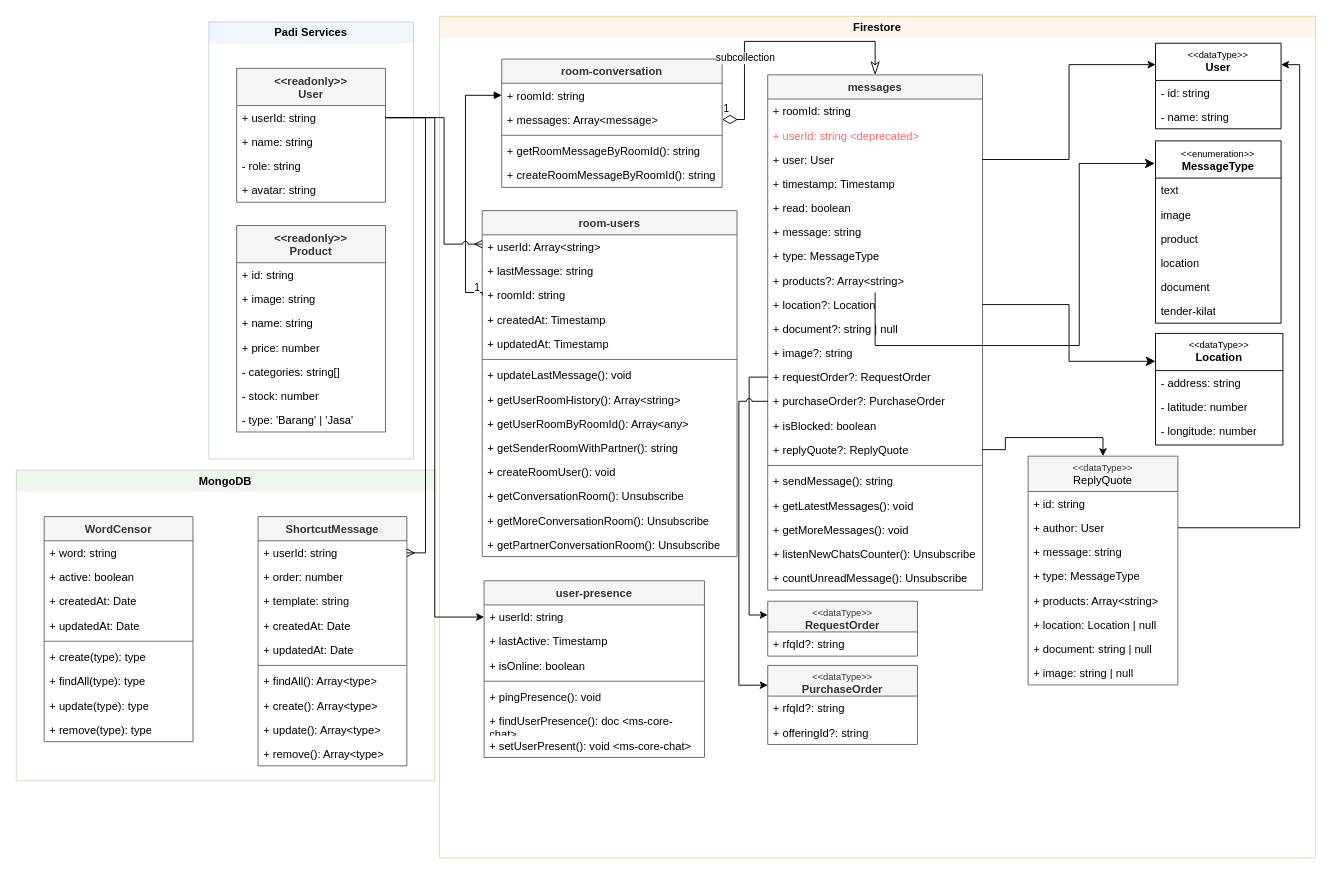
Before: page "Class Diagram" (3 of 8) of System Design Padi Chat.drawio in yogiprsetya/app.diagrams.net, a draw.io diagram. Source tidied: cells renumbered, new cells numbered last; positions are measured from the earlier drawing's top-left corner, leaving out a move shared by most shapes. Both pictures are drawn from the tidied source at 93%, with x=0, y=0 at pixel (16, 16).
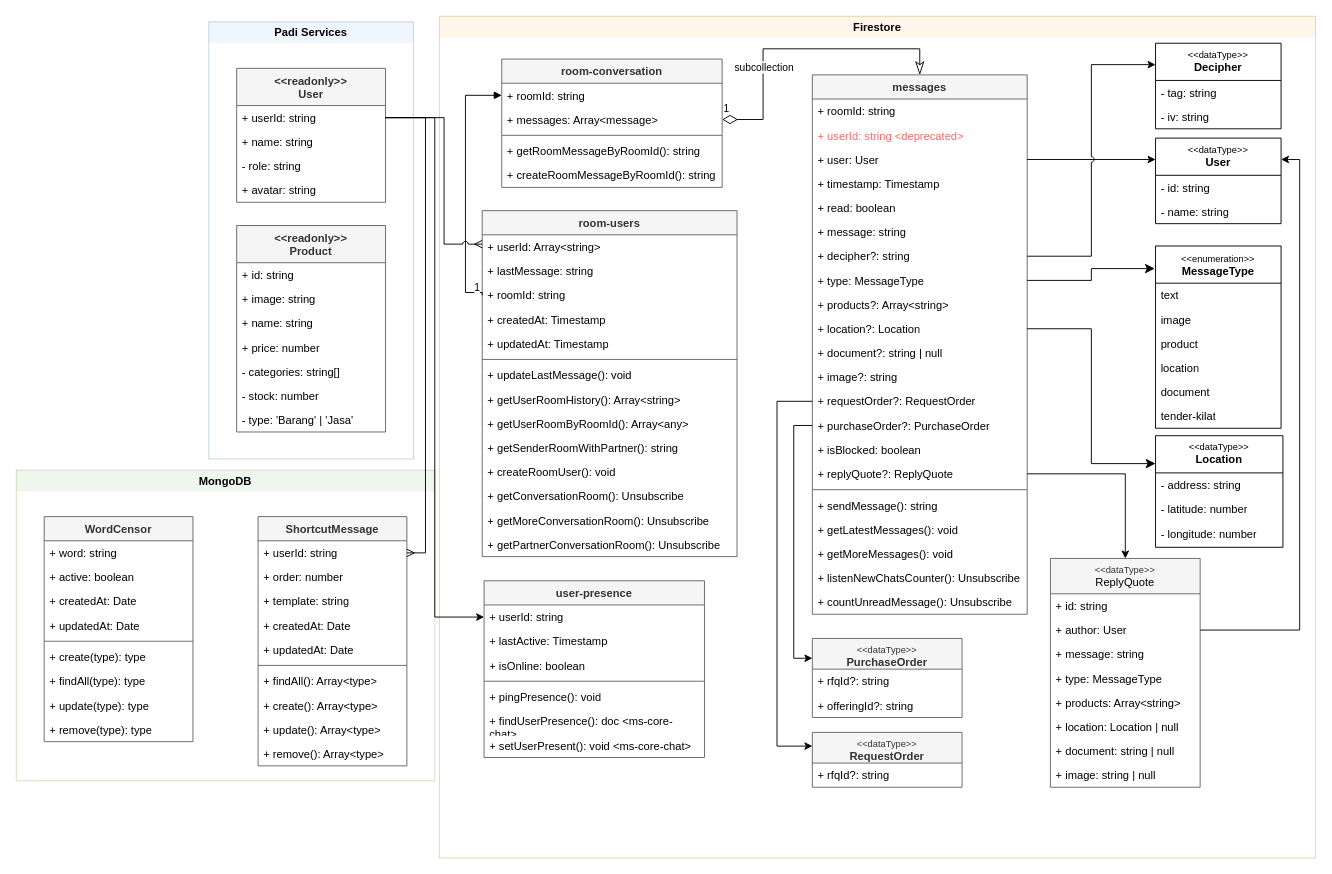
The same diagram, later.

Unchanged cells that the change refers to:
```xml
<mxCell id="2" value="Firestore" style="swimlane;whiteSpace=wrap;html=1;fillColor=#ffe6cc;strokeColor=#d79b00;swimlaneLine=0;opacity=40;" parent="1" vertex="1">
  <mxGeometry x="455" width="942" height="905" as="geometry" />
</mxCell>
<mxCell id="85" value="+ &lt;span class=&quot;database-key&quot;&gt;message&lt;/span&gt;s: Array&amp;lt;message&amp;gt;" style="text;strokeColor=none;fillColor=none;align=left;verticalAlign=top;spacingLeft=4;spacingRight=4;overflow=hidden;points=[[0,0.5],[1,0.5]];portConstraint=eastwest;whiteSpace=wrap;html=1;" parent="83" vertex="1">
  <mxGeometry y="52" width="237" height="26" as="geometry" />
</mxCell>
```

Change to the diagram source:
```diff
@@
     <mxCell id="3" value="&lt;div&gt;&lt;span style=&quot;font-weight: normal;&quot;&gt;&lt;font style=&quot;font-size: 10px;&quot;&gt;&amp;lt;&amp;lt;enumeration&amp;gt;&amp;gt;&lt;/font&gt;&lt;/span&gt;&lt;/div&gt;&lt;div&gt;&lt;span class=&quot;database-key&quot;&gt;MessageType&lt;/span&gt;&lt;/div&gt;" style="swimlane;fontStyle=1;align=center;verticalAlign=top;horizontal=1;startSize=40;whiteSpace=wrap;html=1;" parent="2" vertex="1">
-      <mxGeometry x="770" y="134" width="135" height="196" as="geometry" />
+      <mxGeometry x="770" y="247" width="135" height="196" as="geometry" />
     </mxCell>
@@
     <mxCell id="10" value="&lt;div style=&quot;font-size: 10px;&quot;&gt;&lt;span style=&quot;font-weight: normal;&quot;&gt;&amp;lt;&amp;lt;dataType&amp;gt;&amp;gt;&lt;/span&gt;&lt;/div&gt;&lt;div&gt;Location&lt;/div&gt;" style="swimlane;fontStyle=1;align=center;verticalAlign=top;horizontal=1;startSize=40;whiteSpace=wrap;html=1;" parent="2" vertex="1">
-      <mxGeometry x="770" y="341" width="137" height="120" as="geometry" />
+      <mxGeometry x="770" y="451" width="137" height="120" as="geometry" />
     </mxCell>
@@
     <mxCell id="29" value="messages" style="swimlane;fontStyle=1;align=center;verticalAlign=top;horizontal=1;startSize=26;whiteSpace=wrap;html=1;fillColor=#f5f5f5;fontColor=#333333;strokeColor=#666666;" parent="2" vertex="1">
-      <mxGeometry x="353" y="63" width="231" height="554" as="geometry" />
+      <mxGeometry x="401" y="63" width="231" height="580" as="geometry" />
     </mxCell>
@@
+    <mxCell id="132" value="+ decipher?: string" style="text;strokeColor=none;fillColor=none;align=left;verticalAlign=top;spacingLeft=4;spacingRight=4;overflow=hidden;points=[[0,0.5],[1,0.5]];portConstraint=eastwest;whiteSpace=wrap;html=1;" parent="29" vertex="1">
+      <mxGeometry y="182" width="231" height="26" as="geometry" />
+    </mxCell>
     <mxCell id="36" value="+ &lt;span class=&quot;database-key&quot;&gt;type&lt;/span&gt;: &lt;span class=&quot;database-key&quot;&gt;MessageType&lt;/span&gt;" style="text;strokeColor=none;fillColor=none;align=left;verticalAlign=top;spacingLeft=4;spacingRight=4;overflow=hidden;points=[[0,0.5],[1,0.5]];portConstraint=eastwest;whiteSpace=wrap;html=1;" parent="29" vertex="1">
-      <mxGeometry y="182" width="231" height="26" as="geometry" />
+      <mxGeometry y="208" width="231" height="26" as="geometry" />
     </mxCell>
     <mxCell id="37" value="+ &lt;span class=&quot;database-key&quot;&gt;products&lt;/span&gt;?: Array&amp;lt;string&amp;gt;" style="text;strokeColor=none;fillColor=none;align=left;verticalAlign=top;spacingLeft=4;spacingRight=4;overflow=hidden;points=[[0,0.5],[1,0.5]];portConstraint=eastwest;whiteSpace=wrap;html=1;" parent="29" vertex="1">
-      <mxGeometry y="208" width="231" height="26" as="geometry" />
+      <mxGeometry y="234" width="231" height="26" as="geometry" />
     </mxCell>
     <mxCell id="38" value="+ &lt;span class=&quot;database-key&quot;&gt;location&lt;/span&gt;?: Location" style="text;strokeColor=none;fillColor=none;align=left;verticalAlign=top;spacingLeft=4;spacingRight=4;overflow=hidden;points=[[0,0.5],[1,0.5]];portConstraint=eastwest;whiteSpace=wrap;html=1;" parent="29" vertex="1">
-      <mxGeometry y="234" width="231" height="26" as="geometry" />
+      <mxGeometry y="260" width="231" height="26" as="geometry" />
     </mxCell>
     <mxCell id="39" value="+ &lt;span class=&quot;database-key&quot;&gt;document&lt;/span&gt;?: string | null" style="text;strokeColor=none;fillColor=none;align=left;verticalAlign=top;spacingLeft=4;spacingRight=4;overflow=hidden;whiteSpace=wrap;html=1;" parent="29" vertex="1">
-      <mxGeometry y="260" width="231" height="26" as="geometry" />
+      <mxGeometry y="286" width="231" height="26" as="geometry" />
     </mxCell>
     <mxCell id="40" value="+ image?: string" style="text;strokeColor=none;fillColor=none;align=left;verticalAlign=top;spacingLeft=4;spacingRight=4;overflow=hidden;whiteSpace=wrap;html=1;" parent="29" vertex="1">
-      <mxGeometry y="286" width="231" height="26" as="geometry" />
+      <mxGeometry y="312" width="231" height="26" as="geometry" />
     </mxCell>
     <mxCell id="41" value="+ requestOrder?: RequestOrder" style="text;strokeColor=none;fillColor=none;align=left;verticalAlign=top;spacingLeft=4;spacingRight=4;overflow=hidden;points=[[0,0.5],[1,0.5]];portConstraint=eastwest;whiteSpace=wrap;html=1;" parent="29" vertex="1">
-      <mxGeometry y="312" width="231" height="26" as="geometry" />
+      <mxGeometry y="338" width="231" height="26" as="geometry" />
     </mxCell>
     <mxCell id="42" value="+ &lt;span&gt;purchase&lt;/span&gt;Order?: &lt;span&gt;Purchase&lt;/span&gt;Order" style="text;strokeColor=none;fillColor=none;align=left;verticalAlign=top;spacingLeft=4;spacingRight=4;overflow=hidden;points=[[0,0.5],[1,0.5]];portConstraint=eastwest;whiteSpace=wrap;html=1;" parent="29" vertex="1">
-      <mxGeometry y="338" width="231" height="26" as="geometry" />
+      <mxGeometry y="364" width="231" height="26" as="geometry" />
     </mxCell>
     <mxCell id="43" value="+ &lt;span class=&quot;database-key&quot;&gt;isBlocked&lt;/span&gt;: boolean" style="text;strokeColor=none;fillColor=none;align=left;verticalAlign=top;spacingLeft=4;spacingRight=4;overflow=hidden;whiteSpace=wrap;html=1;" parent="29" vertex="1">
-      <mxGeometry y="364" width="231" height="26" as="geometry" />
+      <mxGeometry y="390" width="231" height="26" as="geometry" />
     </mxCell>
     <mxCell id="44" value="+ &lt;span class=&quot;database-key&quot;&gt;replyQuote&lt;/span&gt;?: ReplyQuote" style="text;strokeColor=none;fillColor=none;align=left;verticalAlign=top;spacingLeft=4;spacingRight=4;overflow=hidden;points=[[0,0.5],[1,0.5]];portConstraint=eastwest;whiteSpace=wrap;html=1;" parent="29" vertex="1">
-      <mxGeometry y="390" width="231" height="26" as="geometry" />
+      <mxGeometry y="416" width="231" height="26" as="geometry" />
     </mxCell>
     <mxCell id="45" style="line;strokeWidth=1;fillColor=none;align=left;verticalAlign=middle;spacingTop=-1;spacingLeft=3;spacingRight=3;labelPosition=right;strokeColor=inherit;" parent="29" vertex="1">
-      <mxGeometry y="416" width="231" height="8" as="geometry" />
+      <mxGeometry y="442" width="231" height="8" as="geometry" />
     </mxCell>
     <mxCell id="46" value="+ sendMessage(): string" style="text;strokeColor=none;fillColor=none;align=left;verticalAlign=top;spacingLeft=4;spacingRight=4;overflow=hidden;whiteSpace=wrap;html=1;" parent="29" vertex="1">
-      <mxGeometry y="424" width="231" height="26" as="geometry" />
+      <mxGeometry y="450" width="231" height="26" as="geometry" />
     </mxCell>
     <mxCell id="47" value="+ getLatestMessages(): void" style="text;strokeColor=none;fillColor=none;align=left;verticalAlign=top;spacingLeft=4;spacingRight=4;overflow=hidden;whiteSpace=wrap;html=1;" parent="29" vertex="1">
-      <mxGeometry y="450" width="231" height="26" as="geometry" />
+      <mxGeometry y="476" width="231" height="26" as="geometry" />
     </mxCell>
     <mxCell id="48" value="+ getMoreMessages(): void" style="text;strokeColor=none;fillColor=none;align=left;verticalAlign=top;spacingLeft=4;spacingRight=4;overflow=hidden;whiteSpace=wrap;html=1;" parent="29" vertex="1">
-      <mxGeometry y="476" width="231" height="26" as="geometry" />
+      <mxGeometry y="502" width="231" height="26" as="geometry" />
     </mxCell>
     <mxCell id="49" value="+ listenNewChatsCounter(): Unsubscribe" style="text;strokeColor=none;fillColor=none;align=left;verticalAlign=top;spacingLeft=4;spacingRight=4;overflow=hidden;whiteSpace=wrap;html=1;" parent="29" vertex="1">
-      <mxGeometry y="502" width="231" height="26" as="geometry" />
+      <mxGeometry y="528" width="231" height="26" as="geometry" />
     </mxCell>
     <mxCell id="50" value="+ countUnreadMessage(): Unsubscribe" style="text;strokeColor=none;fillColor=none;align=left;verticalAlign=top;spacingLeft=4;spacingRight=4;overflow=hidden;whiteSpace=wrap;html=1;" parent="29" vertex="1">
-      <mxGeometry y="528" width="231" height="26" as="geometry" />
+      <mxGeometry y="554" width="231" height="26" as="geometry" />
     </mxCell>
-    <mxCell id="51" style="rounded=0;jettySize=auto;html=1;fontSize=12;startSize=8;endSize=8;entryX=-0.006;entryY=0.124;entryDx=0;entryDy=0;edgeStyle=orthogonalEdgeStyle;entryPerimeter=0;" parent="2" edge="1" source="37" target="3">
-      <mxGeometry relative="1" as="geometry">
-        <Array as="points">
-          <mxPoint x="688" y="354" />
-          <mxPoint x="688" y="158" />
-        </Array>
-      </mxGeometry>
+    <mxCell id="51" style="rounded=0;jettySize=auto;html=1;fontSize=12;startSize=8;endSize=8;entryX=-0.006;entryY=0.124;entryDx=0;entryDy=0;edgeStyle=orthogonalEdgeStyle;entryPerimeter=0;exitX=1;exitY=0.5;exitDx=0;exitDy=0;" parent="2" edge="1" source="36" target="3">
+      <mxGeometry relative="1" as="geometry" />
     </mxCell>
@@
     <mxCell id="53" value="&lt;div style=&quot;font-size: 10px;&quot;&gt;&lt;span style=&quot;font-weight: normal;&quot;&gt;&amp;lt;&amp;lt;dataType&amp;gt;&amp;gt;&lt;/span&gt;&lt;/div&gt;&lt;div&gt;User&lt;/div&gt;" style="swimlane;fontStyle=1;align=center;verticalAlign=top;horizontal=1;startSize=40;whiteSpace=wrap;html=1;" parent="2" vertex="1">
-      <mxGeometry x="770" y="29" width="135" height="92" as="geometry" />
+      <mxGeometry x="770" y="131" width="135" height="92" as="geometry" />
     </mxCell>
@@
     <mxCell id="57" value="&lt;div style=&quot;font-size: 10px;&quot;&gt;&lt;span style=&quot;font-weight: normal;&quot;&gt;&amp;lt;&amp;lt;dataType&amp;gt;&amp;gt;&lt;/span&gt;&lt;/div&gt;&lt;span style=&quot;color: rgb(0, 0, 0); font-weight: 400; text-align: left;&quot;&gt;ReplyQuote&lt;/span&gt;" style="swimlane;fontStyle=1;align=center;verticalAlign=top;horizontal=1;startSize=38;whiteSpace=wrap;html=1;fillColor=#f5f5f5;fontColor=#333333;strokeColor=#666666;" parent="2" vertex="1">
-      <mxGeometry x="633" y="473" width="161" height="246" as="geometry" />
+      <mxGeometry x="657" y="583" width="161" height="246" as="geometry" />
     </mxCell>
@@
     <mxCell id="76" value="&lt;div style=&quot;font-size: 10px;&quot;&gt;&lt;span style=&quot;font-weight: normal;&quot;&gt;&amp;lt;&amp;lt;dataType&amp;gt;&amp;gt;&lt;/span&gt;&lt;/div&gt;RequestOrder" style="swimlane;fontStyle=1;align=center;verticalAlign=top;horizontal=1;startSize=33;whiteSpace=wrap;html=1;fillColor=#f5f5f5;fontColor=#333333;strokeColor=#666666;" parent="2" vertex="1">
-      <mxGeometry x="353" y="629" width="161" height="59" as="geometry" />
+      <mxGeometry x="401" y="770" width="161" height="59" as="geometry" />
     </mxCell>
@@
     <mxCell id="78" style="edgeStyle=orthogonalEdgeStyle;rounded=0;jettySize=auto;html=1;exitX=0;exitY=0.5;exitDx=0;exitDy=0;entryX=0;entryY=0.25;entryDx=0;entryDy=0;" parent="2" edge="1" source="41" target="76">
-      <mxGeometry relative="1" as="geometry" />
+      <mxGeometry relative="1" as="geometry">
+        <Array as="points">
+          <mxPoint x="363" y="414" />
+          <mxPoint x="363" y="785" />
+        </Array>
+      </mxGeometry>
     </mxCell>
     <mxCell id="79" value="&lt;div style=&quot;font-size: 10px;&quot;&gt;&lt;span style=&quot;font-weight: normal;&quot;&gt;&amp;lt;&amp;lt;dataType&amp;gt;&amp;gt;&lt;/span&gt;&lt;/div&gt;&lt;span&gt;Purchase&lt;/span&gt;Order" style="swimlane;fontStyle=1;align=center;verticalAlign=top;horizontal=1;startSize=33;whiteSpace=wrap;html=1;fillColor=#f5f5f5;fontColor=#333333;strokeColor=#666666;" parent="2" vertex="1">
-      <mxGeometry x="353" y="698" width="161" height="85" as="geometry" />
+      <mxGeometry x="401" y="669" width="161" height="85" as="geometry" />
     </mxCell>
@@
     <mxCell id="82" style="edgeStyle=orthogonalEdgeStyle;rounded=0;jettySize=auto;html=1;entryX=0;entryY=0.25;entryDx=0;entryDy=0;jumpStyle=arc;" parent="2" edge="1" source="42" target="79">
-      <mxGeometry relative="1" as="geometry">
-        <Array as="points">
-          <mxPoint x="322" y="414" />
-          <mxPoint x="322" y="719" />
-        </Array>
-      </mxGeometry>
+      <mxGeometry relative="1" as="geometry" />
     </mxCell>
+    <mxCell id="133" value="&lt;div style=&quot;font-size: 10px;&quot;&gt;&lt;span style=&quot;font-weight: normal;&quot;&gt;&amp;lt;&amp;lt;dataType&amp;gt;&amp;gt;&lt;/span&gt;&lt;/div&gt;&lt;div&gt;Decipher&lt;/div&gt;" style="swimlane;fontStyle=1;align=center;verticalAlign=top;horizontal=1;startSize=40;whiteSpace=wrap;html=1;" parent="2" vertex="1">
+      <mxGeometry x="770" y="29" width="135" height="92" as="geometry" />
+    </mxCell>
+    <mxCell id="134" value="- tag: string" style="text;strokeColor=none;fillColor=none;align=left;verticalAlign=top;spacingLeft=4;spacingRight=4;overflow=hidden;whiteSpace=wrap;html=1;" parent="133" vertex="1">
+      <mxGeometry y="40" width="135" height="26" as="geometry" />
+    </mxCell>
+    <mxCell id="135" value="- iv: string" style="text;strokeColor=none;fillColor=none;align=left;verticalAlign=top;spacingLeft=4;spacingRight=4;overflow=hidden;whiteSpace=wrap;html=1;" parent="133" vertex="1">
+      <mxGeometry y="66" width="135" height="26" as="geometry" />
+    </mxCell>
+    <mxCell id="136" style="edgeStyle=orthogonalEdgeStyle;rounded=0;jettySize=auto;html=1;entryX=0;entryY=0.25;entryDx=0;entryDy=0;jumpStyle=arc;" parent="2" edge="1" source="132" target="133">
+      <mxGeometry relative="1" as="geometry" />
+    </mxCell>
@@
     <mxCell id="89" value="1" style="endArrow=classicThin;html=1;endSize=12;startArrow=diamondThin;startSize=14;startFill=0;edgeStyle=orthogonalEdgeStyle;align=left;verticalAlign=bottom;rounded=0;exitX=1;exitY=0.5;exitDx=0;exitDy=0;endFill=0;entryX=0.5;entryY=0;entryDx=0;entryDy=0;" parent="1" edge="1" source="85" target="29">
       <mxGeometry x="-1" y="3" relative="1" as="geometry">
         <Array as="points">
-          <mxPoint x="783" y="111" />
-          <mxPoint x="783" y="27" />
-          <mxPoint x="924" y="27" />
+          <mxPoint x="803" y="111" />
+          <mxPoint x="803" y="35" />
+          <mxPoint x="972" y="35" />
+          <mxPoint x="972" y="63" />
         </Array>
       </mxGeometry>
     </mxCell>
```
